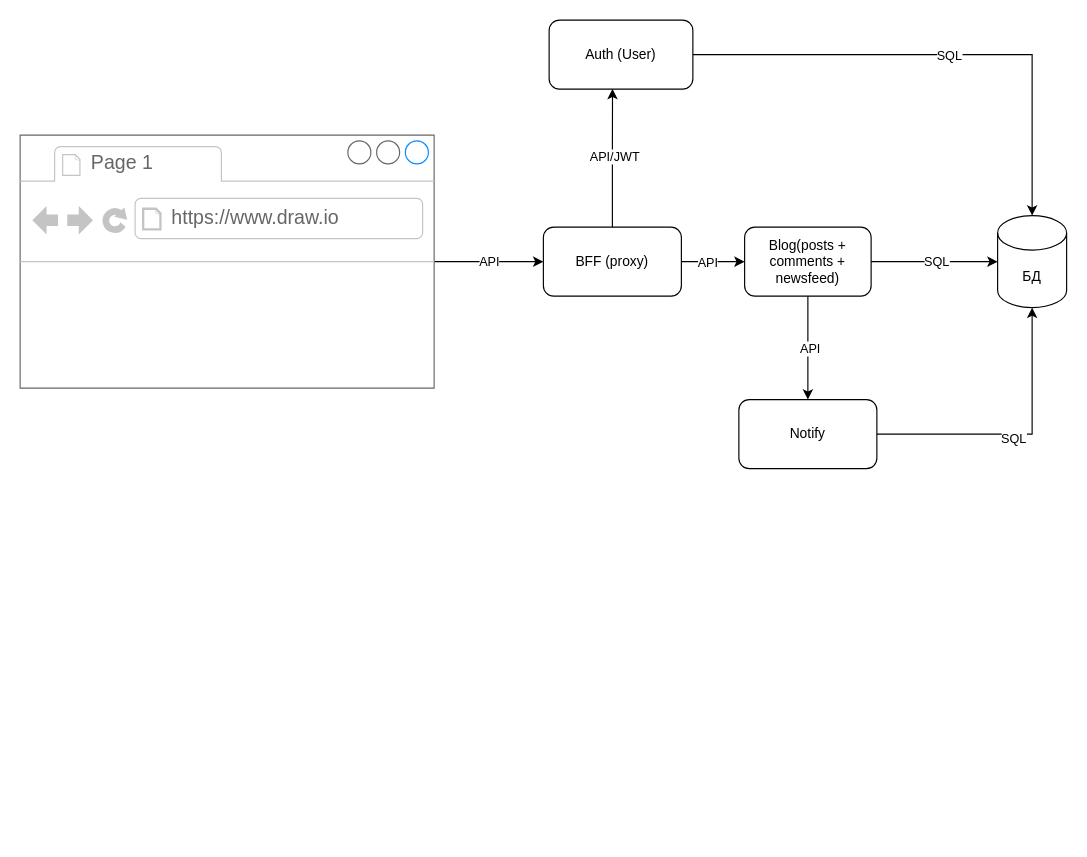
Above: specification.drawio in maxim1436/2021469-readme-2 (draw.io), before the change. Source tidied: cells renumbered, new cells numbered last; positions are measured from the earlier drawing's top-left corner, leaving out a move shared by most shapes. Both pictures are drawn from the tidied source at 115%, with x=0, y=0 at pixel (20, 20).
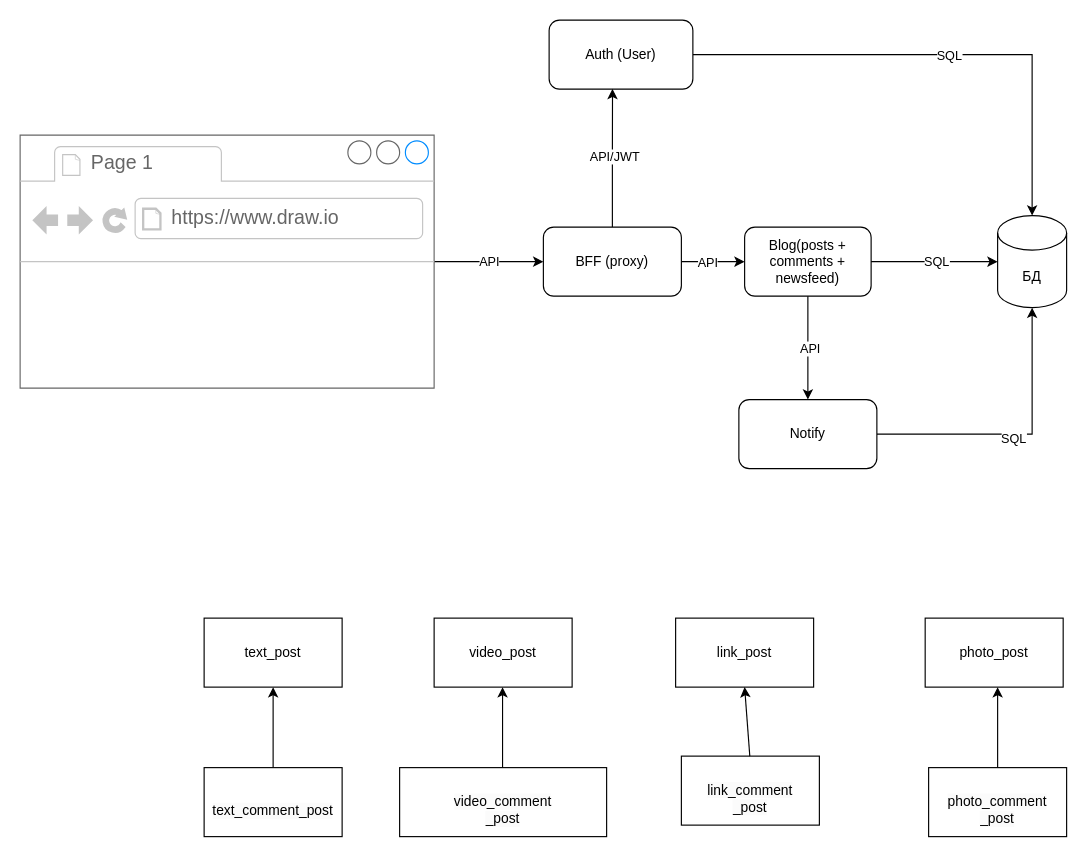
Above is the later version.

Commit message:
валидация и авторизация

Change to the diagram source:
```diff
@@
+    <mxCell id="23" value="text_post" style="rounded=0;whiteSpace=wrap;html=1;" parent="1" vertex="1">
+      <mxGeometry x="160" y="520" width="120" height="60" as="geometry" />
+    </mxCell>
+    <mxCell id="24" value="video_post" style="rounded=0;whiteSpace=wrap;html=1;" parent="1" vertex="1">
+      <mxGeometry x="360" y="520" width="120" height="60" as="geometry" />
+    </mxCell>
+    <mxCell id="25" value="link_post" style="rounded=0;whiteSpace=wrap;html=1;" parent="1" vertex="1">
+      <mxGeometry x="570" y="520" width="120" height="60" as="geometry" />
+    </mxCell>
+    <mxCell id="26" value="photo_post" style="rounded=0;whiteSpace=wrap;html=1;" parent="1" vertex="1">
+      <mxGeometry x="787" y="520" width="120" height="60" as="geometry" />
+    </mxCell>
+    <mxCell id="27" value="&lt;br&gt;&lt;span style=&quot;color: rgb(0, 0, 0); font-family: Helvetica; font-size: 12px; font-style: normal; font-variant-ligatures: normal; font-variant-caps: normal; font-weight: 400; letter-spacing: normal; orphans: 2; text-align: center; text-indent: 0px; text-transform: none; widows: 2; word-spacing: 0px; -webkit-text-stroke-width: 0px; background-color: rgb(251, 251, 251); text-decoration-thickness: initial; text-decoration-style: initial; text-decoration-color: initial; float: none; display: inline !important;&quot;&gt;text_comment_post&lt;/span&gt;&lt;br&gt;" style="rounded=0;whiteSpace=wrap;html=1;" parent="1" vertex="1">
+      <mxGeometry x="160" y="650" width="120" height="60" as="geometry" />
+    </mxCell>
+    <mxCell id="28" value="&lt;br&gt;&lt;span style=&quot;color: rgb(0, 0, 0); font-family: Helvetica; font-size: 12px; font-style: normal; font-variant-ligatures: normal; font-variant-caps: normal; font-weight: 400; letter-spacing: normal; orphans: 2; text-align: center; text-indent: 0px; text-transform: none; widows: 2; word-spacing: 0px; -webkit-text-stroke-width: 0px; background-color: rgb(251, 251, 251); text-decoration-thickness: initial; text-decoration-style: initial; text-decoration-color: initial; float: none; display: inline !important;&quot;&gt;video_comment&lt;br&gt;_post&lt;/span&gt;" style="rounded=0;whiteSpace=wrap;html=1;" parent="1" vertex="1">
+      <mxGeometry x="330" y="650" width="180" height="60" as="geometry" />
+    </mxCell>
+    <mxCell id="29" value="&lt;br&gt;&lt;span style=&quot;color: rgb(0, 0, 0); font-family: Helvetica; font-size: 12px; font-style: normal; font-variant-ligatures: normal; font-variant-caps: normal; font-weight: 400; letter-spacing: normal; orphans: 2; text-align: center; text-indent: 0px; text-transform: none; widows: 2; word-spacing: 0px; -webkit-text-stroke-width: 0px; background-color: rgb(251, 251, 251); text-decoration-thickness: initial; text-decoration-style: initial; text-decoration-color: initial; float: none; display: inline !important;&quot;&gt;link_comment&lt;br&gt;_post&lt;/span&gt;" style="rounded=0;whiteSpace=wrap;html=1;" parent="1" vertex="1">
+      <mxGeometry x="575" y="640" width="120" height="60" as="geometry" />
+    </mxCell>
+    <mxCell id="30" value="&lt;br&gt;&lt;span style=&quot;color: rgb(0, 0, 0); font-family: Helvetica; font-size: 12px; font-style: normal; font-variant-ligatures: normal; font-variant-caps: normal; font-weight: 400; letter-spacing: normal; orphans: 2; text-align: center; text-indent: 0px; text-transform: none; widows: 2; word-spacing: 0px; -webkit-text-stroke-width: 0px; background-color: rgb(251, 251, 251); text-decoration-thickness: initial; text-decoration-style: initial; text-decoration-color: initial; float: none; display: inline !important;&quot;&gt;photo_comment&lt;br&gt;_post&lt;/span&gt;" style="rounded=0;whiteSpace=wrap;html=1;" parent="1" vertex="1">
+      <mxGeometry x="790" y="650" width="120" height="60" as="geometry" />
+    </mxCell>
+    <mxCell id="31" style="endArrow=classic;html=1;rounded=0;entryX=0.5;entryY=1;entryDx=0;entryDy=0;" parent="1" edge="1" target="23">
+      <mxGeometry relative="1" as="geometry">
+        <mxPoint x="220" y="650" as="sourcePoint" />
+      </mxGeometry>
+    </mxCell>
+    <mxCell id="32" style="endArrow=classic;html=1;rounded=0;entryX=0.5;entryY=1;entryDx=0;entryDy=0;" parent="1" edge="1">
+      <mxGeometry relative="1" as="geometry">
+        <mxPoint x="419.5" y="650" as="sourcePoint" />
+        <mxPoint x="419.5" y="580" as="targetPoint" />
+      </mxGeometry>
+    </mxCell>
+    <mxCell id="33" style="endArrow=classic;html=1;rounded=0;entryX=0.5;entryY=1;entryDx=0;entryDy=0;" parent="1" edge="1" target="25">
+      <mxGeometry relative="1" as="geometry">
+        <mxPoint x="634.5" y="640" as="sourcePoint" />
+      </mxGeometry>
+    </mxCell>
+    <mxCell id="34" style="endArrow=classic;html=1;rounded=0;entryX=0.5;entryY=1;entryDx=0;entryDy=0;" parent="1" edge="1">
+      <mxGeometry relative="1" as="geometry">
+        <mxPoint x="850" y="650" as="sourcePoint" />
+        <mxPoint x="850" y="580" as="targetPoint" />
+      </mxGeometry>
+    </mxCell>
```
